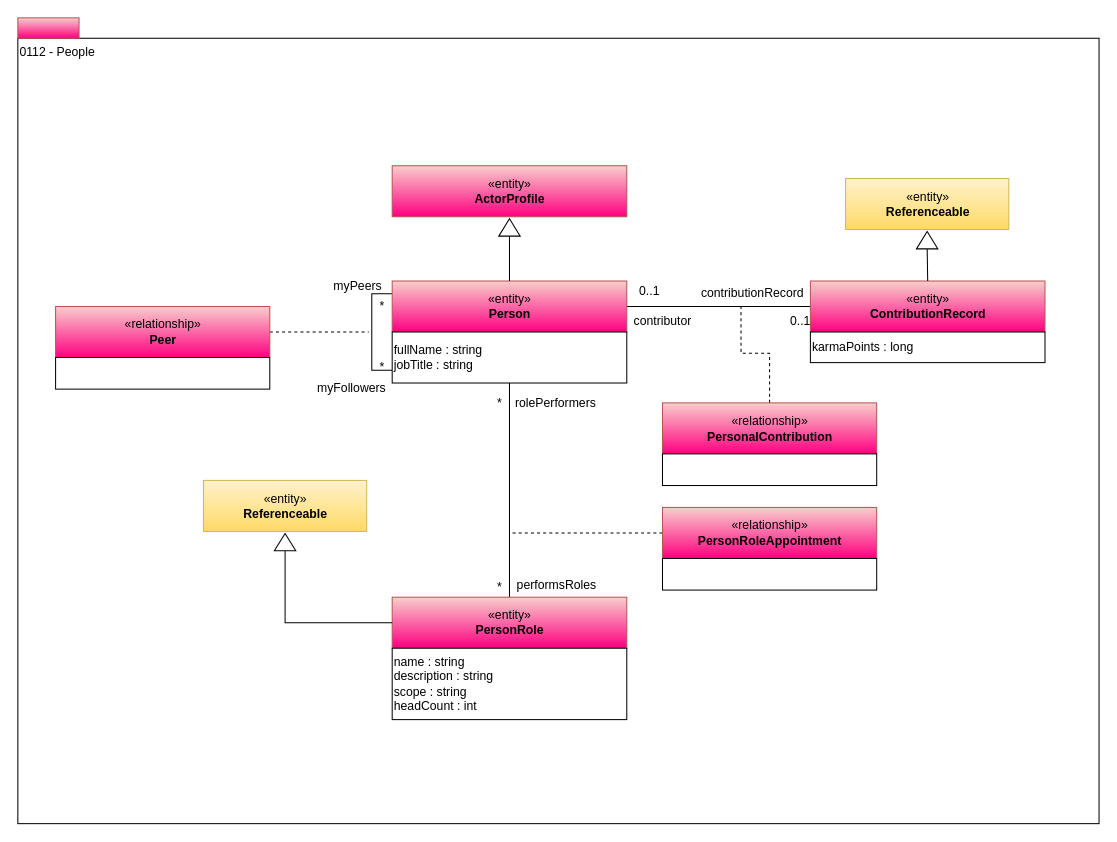
Earlier version of the draw.io diagram page "0112-People" (3 of 12) of site/docs/types/1/area-1-collaboration.drawio (odpi/egeria-docs). Source tidied: cells renumbered, new cells numbered last; positions are measured from the earlier drawing's top-left corner, leaving out a move shared by most shapes. Both pictures are drawn from the tidied source at 102%, with x=0, y=0 at pixel (17, 17).
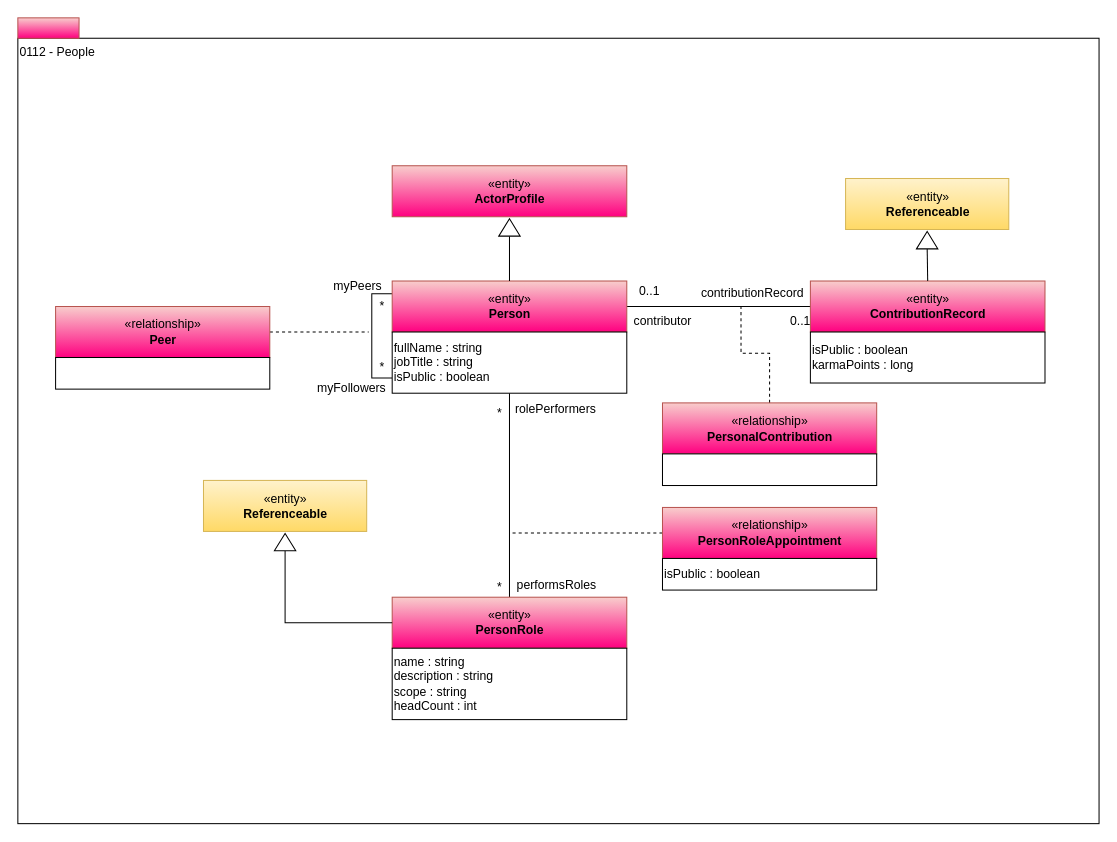
The same page after the edit.

Change to the diagram source:
```diff
@@
-    <mxCell id="8" value="fullName : string&lt;br&gt;jobTitle : string&lt;br&gt;" style="rounded=0;whiteSpace=wrap;html=1;align=left;" parent="1" vertex="1">
-      <mxGeometry x="367" y="308" width="230" height="50" as="geometry" />
+    <mxCell id="8" value="fullName : string&lt;br&gt;jobTitle : string&lt;br&gt;isPublic : boolean" style="rounded=0;whiteSpace=wrap;html=1;align=left;" parent="1" vertex="1">
+      <mxGeometry x="367" y="308" width="230" height="60" as="geometry" />
     </mxCell>
@@
     <mxCell id="16" value="*" style="text;html=1;align=center;verticalAlign=top;spacingTop=-4;" parent="1" vertex="1">
-      <mxGeometry x="462" y="368" width="20" height="20" as="geometry" />
+      <mxGeometry x="462" y="377.5" width="20" height="20" as="geometry" />
     </mxCell>
@@
     <mxCell id="18" value="rolePerformers" style="text;html=1;align=center;verticalAlign=top;spacingTop=-4;" parent="1" vertex="1">
-      <mxGeometry x="482" y="367.5" width="90" height="20" as="geometry" />
+      <mxGeometry x="482" y="373.5" width="90" height="20" as="geometry" />
     </mxCell>
@@
-    <mxCell id="32" value="karmaPoints : long&lt;br&gt;" style="rounded=0;whiteSpace=wrap;html=1;align=left;" parent="1" vertex="1">
-      <mxGeometry x="777" y="308" width="230" height="30" as="geometry" />
+    <mxCell id="32" value="isPublic : boolean&lt;br&gt;karmaPoints : long" style="rounded=0;whiteSpace=wrap;html=1;align=left;" parent="1" vertex="1">
+      <mxGeometry x="777" y="308" width="230" height="50" as="geometry" />
     </mxCell>
@@
-    <mxCell id="39" style="rounded=0;whiteSpace=wrap;html=1;strokeColor=#000000;gradientColor=#ffffff;align=left;" parent="1" vertex="1">
+    <mxCell id="39" value="isPublic : boolean" style="rounded=0;whiteSpace=wrap;html=1;strokeColor=#000000;gradientColor=#ffffff;align=left;" parent="1" vertex="1">
       <mxGeometry x="632" y="530" width="210" height="31" as="geometry" />
     </mxCell>
```
